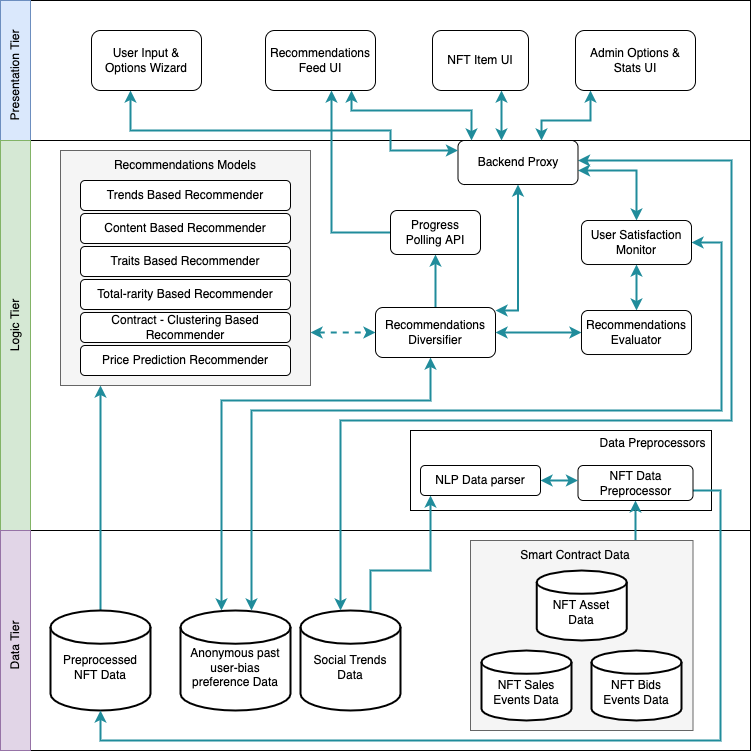
Earlier version of the draw.io export PSPD/PSPD/images/Design/tired-architecture-diagram.png (dinuka-rp/nerdy-panda). Source tidied: cells renumbered, new cells last; positions are measured from the earlier drawing's top-left corner, leaving out a move shared by most shapes.
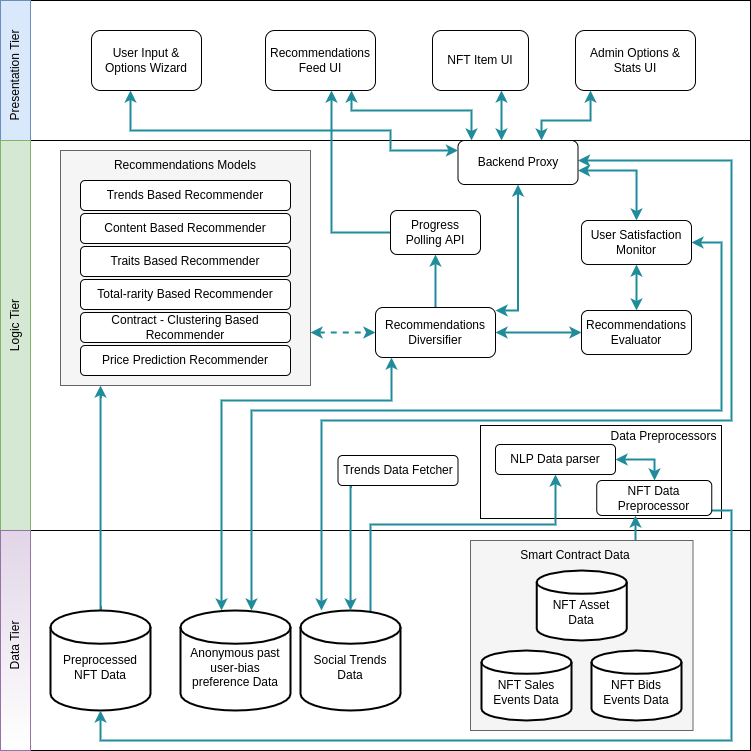
Later version of the same file.

Change to the diagram source:
```diff
@@ -12,7 +12,7 @@
       <mxGeometry x="35" y="530" width="750" height="220" as="geometry" />
     </mxCell>
     <mxCell id="5" style="rounded=0;whiteSpace=wrap;html=1;glass=0;fillColor=none;" parent="1" vertex="1">
-      <mxGeometry x="445" y="430" width="301" height="80" as="geometry" />
+      <mxGeometry x="515" y="425" width="241" height="93" as="geometry" />
     </mxCell>
     <mxCell id="6" style="edgeStyle=orthogonalEdgeStyle;rounded=0;jettySize=auto;html=1;startArrow=none;startFill=0;endArrow=classic;endFill=1;strokeColor=#208C9B;strokeWidth=2;" parent="1" edge="1" source="7" target="49">
       <mxGeometry relative="1" as="geometry">
@@ -36,20 +36,21 @@
     <mxCell id="9" style="edgeStyle=orthogonalEdgeStyle;rounded=0;jettySize=auto;html=1;strokeColor=#208C9B;startArrow=none;startFill=0;endFill=1;strokeWidth=2;" parent="1" edge="1" source="10" target="7">
       <mxGeometry relative="1" as="geometry">
         <Array as="points">
-          <mxPoint x="755" y="490" />
-          <mxPoint x="755" y="740" />
+          <mxPoint x="766" y="510" />
+          <mxPoint x="766" y="740" />
           <mxPoint x="135" y="740" />
         </Array>
       </mxGeometry>
     </mxCell>
     <mxCell id="10" value="NFT Data Preprocessor" style="rounded=1;whiteSpace=wrap;html=1;fillColor=none;glass=0;" parent="1" vertex="1">
-      <mxGeometry x="612.5" y="465" width="115" height="35" as="geometry" />
+      <mxGeometry x="631.2" y="480" width="115" height="35" as="geometry" />
     </mxCell>
-    <mxCell id="11" style="edgeStyle=orthogonalEdgeStyle;rounded=0;jettySize=auto;html=1;strokeColor=#208C9B;startArrow=none;startFill=0;endFill=1;strokeWidth=2;" parent="1" edge="1" source="12" target="16">
+    <mxCell id="11" style="edgeStyle=orthogonalEdgeStyle;rounded=0;jettySize=auto;html=1;strokeColor=#208C9B;startArrow=none;startFill=0;endFill=1;strokeWidth=2;" parent="1" edge="1" target="16">
       <mxGeometry relative="1" as="geometry">
+        <mxPoint x="405" y="614" as="sourcePoint" />
         <Array as="points">
-          <mxPoint x="405" y="570" />
-          <mxPoint x="465" y="570" />
+          <mxPoint x="405" y="524" />
+          <mxPoint x="590" y="524" />
         </Array>
       </mxGeometry>
     </mxCell>
@@ -60,7 +61,7 @@
       <mxGeometry relative="1" as="geometry">
         <Array as="points">
           <mxPoint x="256" y="400" />
-          <mxPoint x="465" y="400" />
+          <mxPoint x="426" y="400" />
         </Array>
       </mxGeometry>
     </mxCell>
@@ -70,15 +71,15 @@
     <mxCell id="15" style="edgeStyle=orthogonalEdgeStyle;rounded=0;jettySize=auto;html=1;strokeColor=#208C9B;startArrow=classic;startFill=1;endFill=1;strokeWidth=2;" parent="1" edge="1" source="16" target="10">
       <mxGeometry relative="1" as="geometry">
         <Array as="points">
-          <mxPoint x="545" y="474" />
+          <mxPoint x="689" y="459" />
         </Array>
       </mxGeometry>
     </mxCell>
     <mxCell id="16" value="NLP Data parser" style="rounded=1;whiteSpace=wrap;html=1;glass=0;fillColor=none;" parent="1" vertex="1">
-      <mxGeometry x="455" y="465" width="120" height="30" as="geometry" />
+      <mxGeometry x="530" y="444" width="120" height="30" as="geometry" />
     </mxCell>
     <mxCell id="17" value="Data Preprocessors" style="text;html=1;strokeColor=none;fillColor=none;align=center;verticalAlign=middle;whiteSpace=wrap;rounded=0;glass=0;dashed=1;rotation=0;" parent="1" vertex="1">
-      <mxGeometry x="630" y="428" width="115" height="30" as="geometry" />
+      <mxGeometry x="641" y="421" width="115" height="30" as="geometry" />
     </mxCell>
     <mxCell id="18" style="edgeStyle=orthogonalEdgeStyle;rounded=0;jettySize=auto;html=1;entryX=0.5;entryY=1;entryDx=0;entryDy=0;fontColor=default;startArrow=none;startFill=0;endArrow=classic;endFill=1;strokeColor=#208C9B;strokeWidth=2;" parent="1" edge="1" source="19" target="59">
       <mxGeometry relative="1" as="geometry" />
@@ -91,7 +92,7 @@
         <Array as="points">
           <mxPoint x="766" y="160" />
           <mxPoint x="766" y="420" />
-          <mxPoint x="375" y="420" />
+          <mxPoint x="356" y="420" />
         </Array>
       </mxGeometry>
     </mxCell>
@@ -204,7 +205,7 @@
     <mxCell id="43" style="rounded=0;whiteSpace=wrap;html=1;glass=0;fillColor=#d5e8d4;strokeColor=#82b366;" parent="1" vertex="1">
       <mxGeometry x="35" y="140" width="30" height="390" as="geometry" />
     </mxCell>
-    <mxCell id="44" style="rounded=0;whiteSpace=wrap;html=1;glass=0;fillColor=#e1d5e7;strokeColor=#9673a6;" parent="1" vertex="1">
+    <mxCell id="44" style="rounded=0;whiteSpace=wrap;html=1;glass=0;fillColor=#e1d5e7;strokeColor=#9673a6;gradientColor=#ffffff;" parent="1" vertex="1">
       <mxGeometry x="35" y="530" width="30" height="220" as="geometry" />
     </mxCell>
     <mxCell id="45" value="Logic Tier" style="text;html=1;strokeColor=none;fillColor=none;align=center;verticalAlign=middle;whiteSpace=wrap;rounded=0;glass=0;rotation=-90;" parent="1" vertex="1">
@@ -267,5 +268,16 @@
     <mxCell id="61" value="Recommendations Evaluator" style="rounded=1;whiteSpace=wrap;html=1;glass=0;fillColor=none;" parent="1" vertex="1">
       <mxGeometry x="616" y="310" width="110" height="44" as="geometry" />
     </mxCell>
+    <mxCell id="62" style="edgeStyle=orthogonalEdgeStyle;rounded=0;jettySize=auto;html=1;strokeColor=#208C9B;startArrow=none;startFill=0;endFill=1;strokeWidth=2;" parent="1" edge="1" source="63" target="12">
+      <mxGeometry relative="1" as="geometry">
+        <Array as="points">
+          <mxPoint x="385" y="520" />
+          <mxPoint x="385" y="520" />
+        </Array>
+      </mxGeometry>
+    </mxCell>
+    <mxCell id="63" value="Trends Data Fetcher" style="rounded=1;whiteSpace=wrap;html=1;glass=0;fillColor=none;" parent="1" vertex="1">
+      <mxGeometry x="372.5" y="455" width="120" height="30" as="geometry" />
+    </mxCell>
   </root>
 </mxGraphModel>
```
